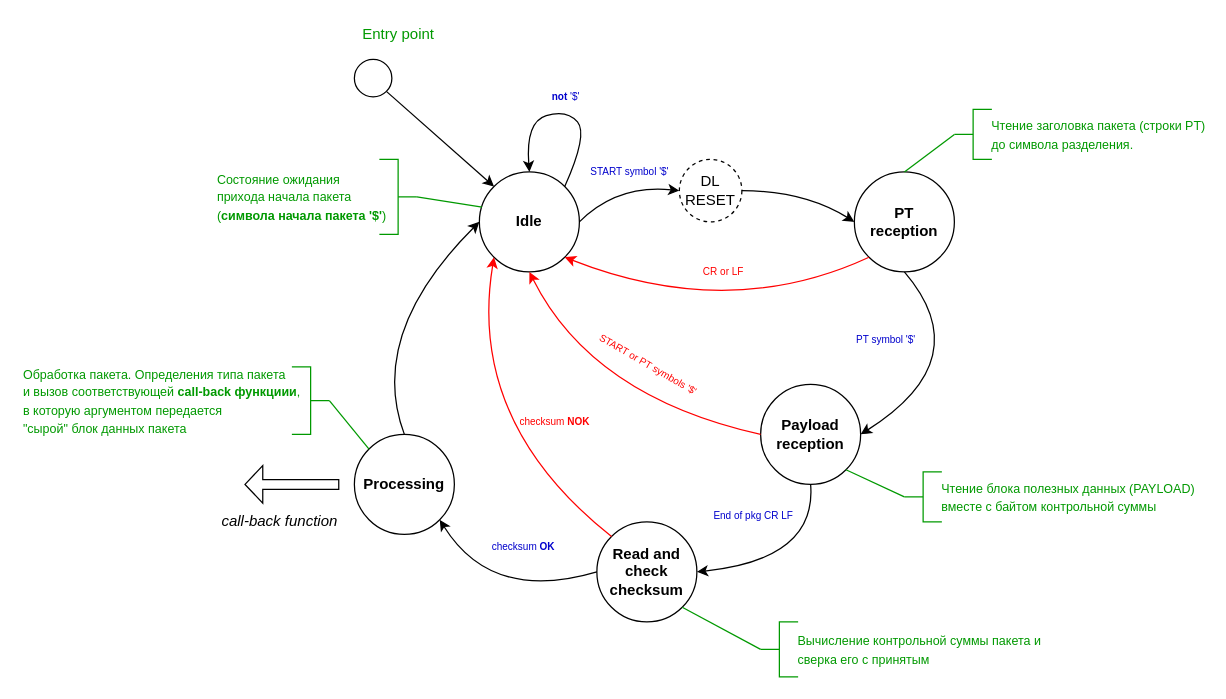
Before: page "FSM_CS" (2 of 2) of Doc/Diagrams.drawio in albatron22/protocol2-stack, a draw.io diagram. Source tidied: cells renumbered, new cells numbered last; positions are measured from the earlier drawing's top-left corner, leaving out a move shared by most shapes. Both pictures are drawn from the tidied source at 125%, with x=0, y=0 at pixel (204, 21).
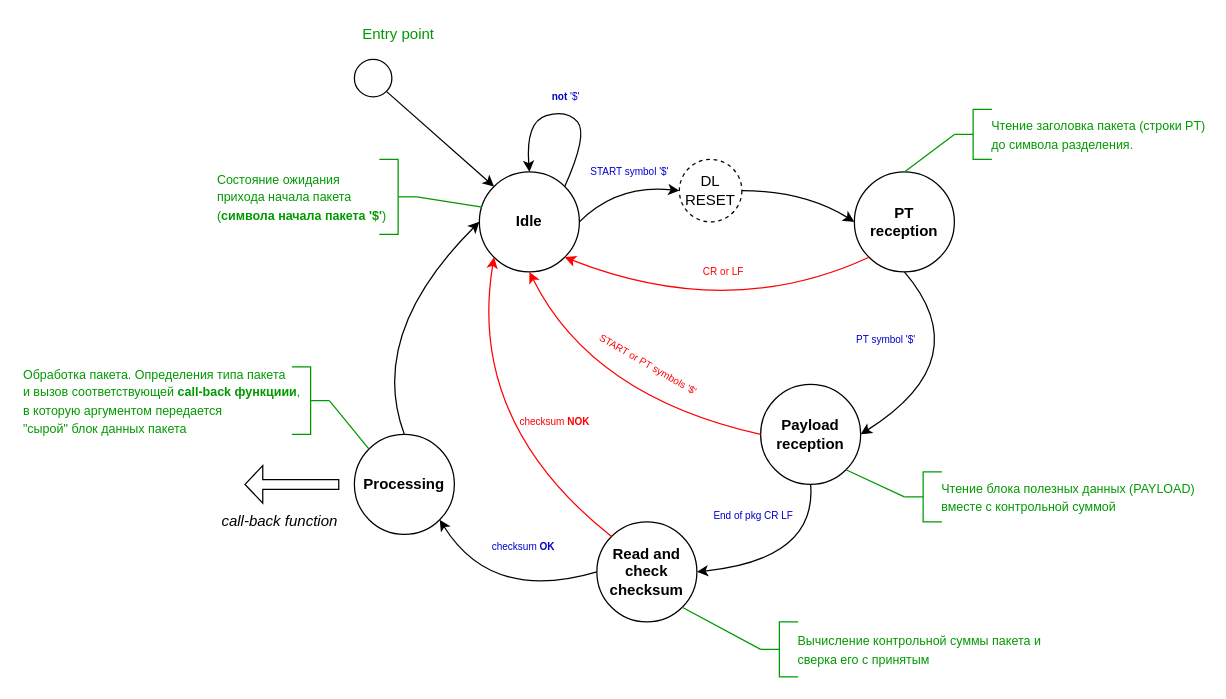
The same page after the edit.

Change to the diagram source:
```diff
@@
-    <mxCell id="35" value="&lt;div style=&quot;text-align: justify;&quot;&gt;&lt;span style=&quot;font-size: 10px;&quot;&gt;Чтение блока полезных данных (PAYLOAD)&lt;/span&gt;&lt;/div&gt;&lt;div style=&quot;text-align: justify;&quot;&gt;&lt;span style=&quot;font-size: 10px;&quot;&gt;вместе с байтом контрольной суммы&lt;/span&gt;&lt;/div&gt;" style="strokeWidth=1;html=1;shape=mxgraph.flowchart.annotation_2;align=left;labelPosition=right;fontSize=12;fontColor=#009900;strokeColor=#009900;flipH=0;verticalLabelPosition=middle;verticalAlign=middle;spacing=0;" parent="1" vertex="1">
+    <mxCell id="35" value="&lt;div style=&quot;text-align: justify;&quot;&gt;&lt;span style=&quot;font-size: 10px;&quot;&gt;Чтение блока полезных данных (PAYLOAD)&lt;/span&gt;&lt;/div&gt;&lt;div style=&quot;text-align: justify;&quot;&gt;&lt;span style=&quot;font-size: 10px;&quot;&gt;вместе с контрольной суммой&lt;/span&gt;&lt;/div&gt;" style="strokeWidth=1;html=1;shape=mxgraph.flowchart.annotation_2;align=left;labelPosition=right;fontSize=12;fontColor=#009900;strokeColor=#009900;flipH=0;verticalLabelPosition=middle;verticalAlign=middle;spacing=0;" parent="1" vertex="1">
       <mxGeometry x="560" y="360" width="30" height="40" as="geometry" />
     </mxCell>
```
